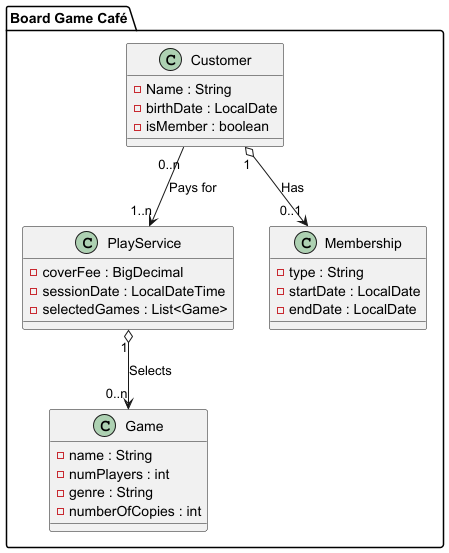
This is docs/boardgame-cafe.models.png from miw-upm/apaw-practice, a PlantUML export, as it was before one commit.
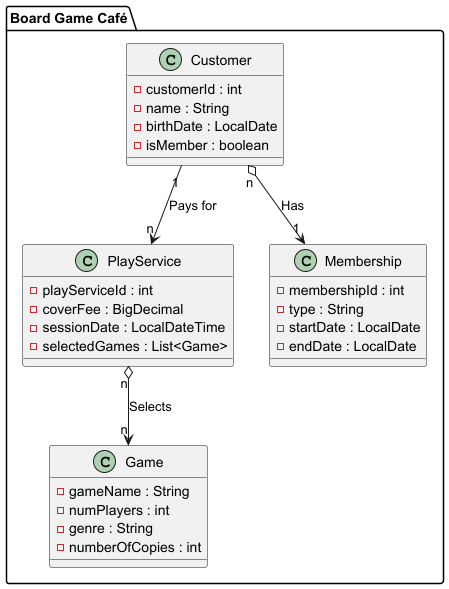
Later version of the same file.

Commit message:
update relations and parameters for Boardgame Cafe Models issue #827

Diff of the diagram source:
```diff
@@ -2,32 +2,35 @@
 package "Board Game Café" {
 
     class Customer {
-        - Name : String
+        - customerId : int
+        - name : String
         - birthDate : LocalDate
         - isMember : boolean
     }
 
     class PlayService {
+        - playServiceId : int
         - coverFee : BigDecimal
         - sessionDate : LocalDateTime
         - selectedGames : List<Game>
     }
 
     class Game {
-        - name : String
+        - gameName : String
         - numPlayers : int
         - genre : String
         - numberOfCopies : int
     }
 
     class Membership {
+        - membershipId : int
         - type : String
         - startDate : LocalDate
         - endDate : LocalDate
     }
 
-    Customer "0..n" --> "1..n" PlayService : Pays for
-    PlayService "1" o--> "0..n" Game : Selects
-    Customer "1" o--> "0..1" Membership : Has
+    Customer "1" --> "n" PlayService : "Pays for"
+    PlayService "n" o--> "n" Game : "Selects"
+    Customer "n" o--> "1" Membership : "Has"
 }
 @enduml
```
